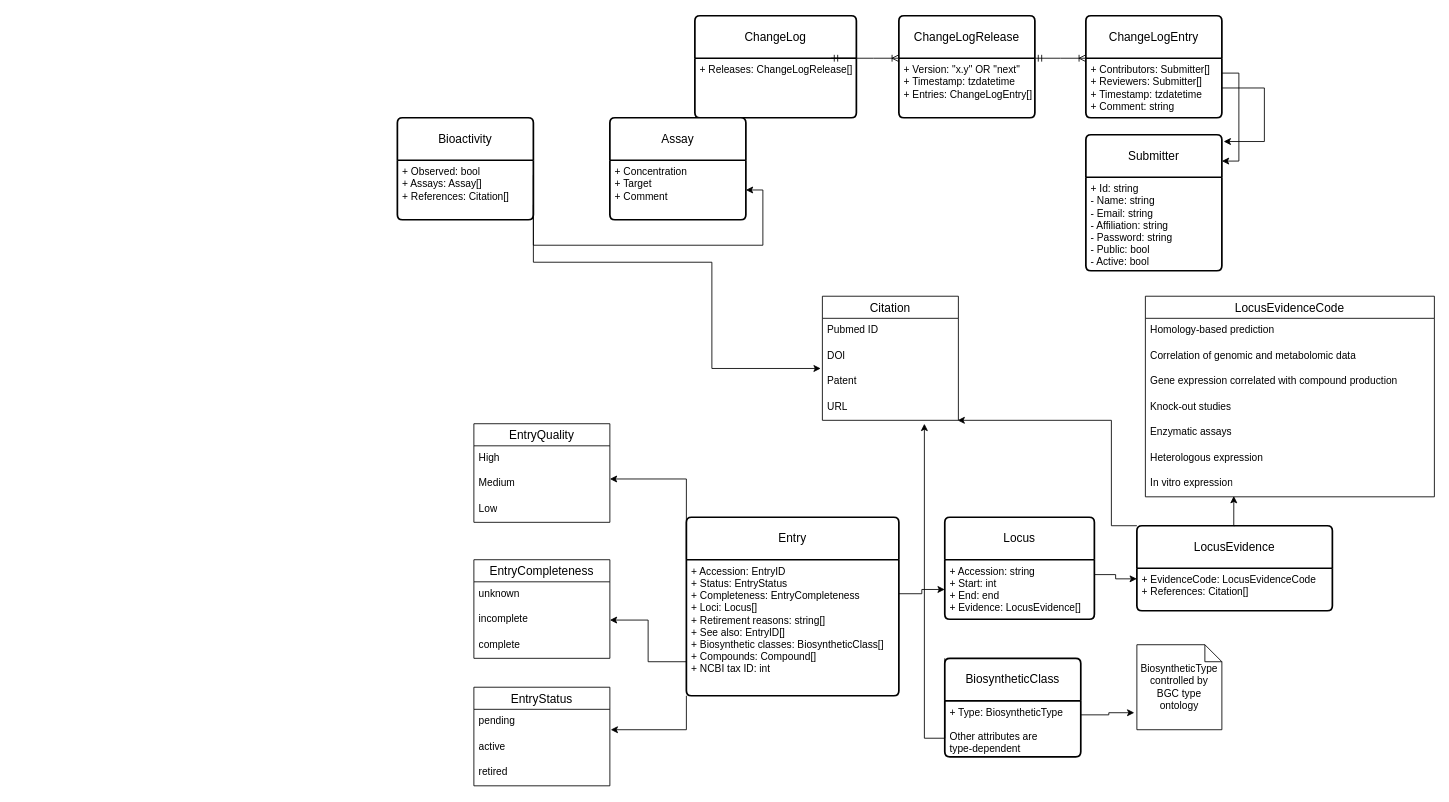
This is mibig.drawio from mibig-secmet/schema, a draw.io file, before an edit. Source tidied: cells renumbered, new cells numbered last; positions are measured from the earlier drawing's top-left corner, leaving out a move shared by most shapes. Both pictures are drawn from the tidied source at 85%, with x=0, y=0 at pixel (397, 15).
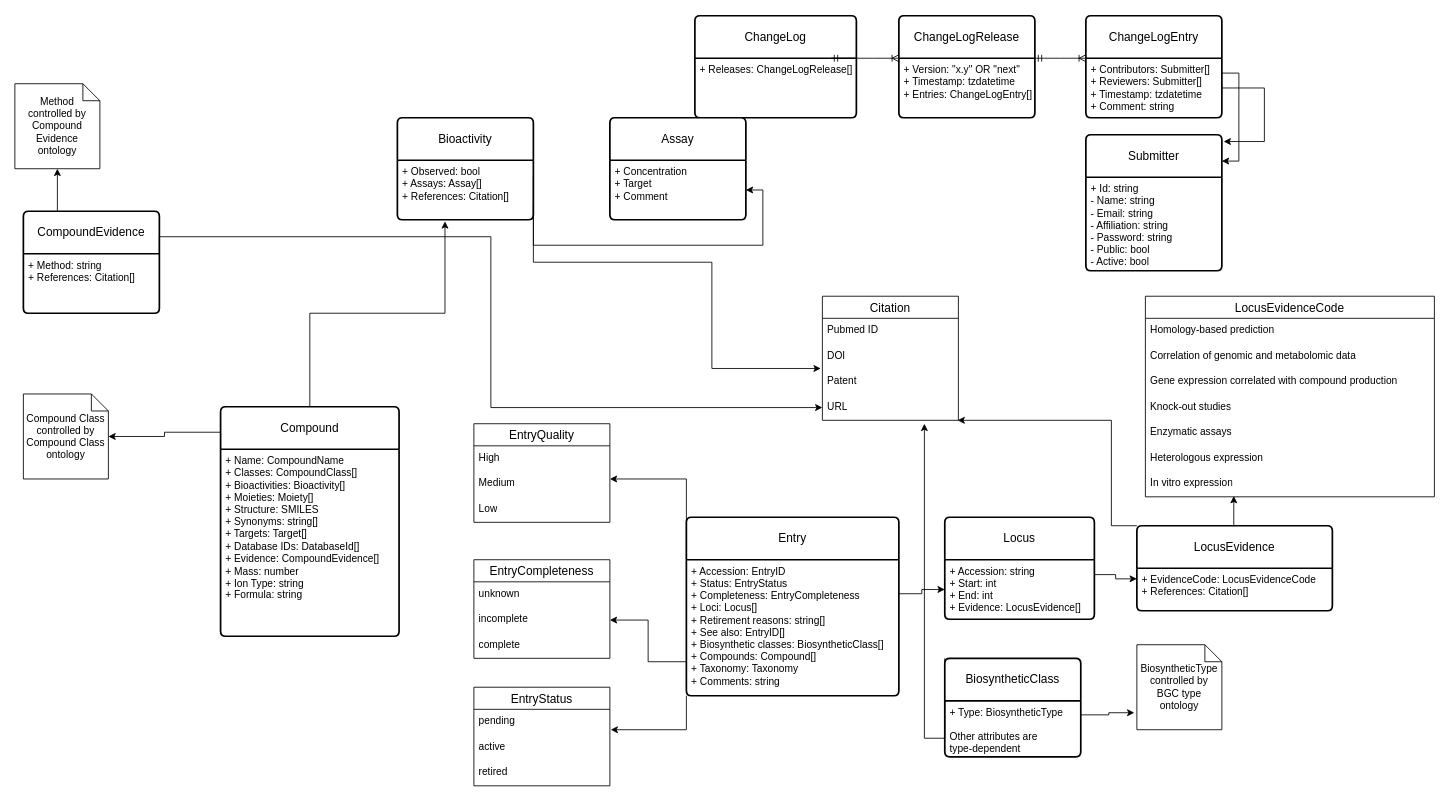
The same diagram, later.

Commit message:
drawing: Update schema drawing

The change refers to these unchanged cells:
```xml
<mxCell id="11" value="&lt;div&gt;+ Observed: bool&lt;/div&gt;&lt;div&gt;+ Assays: Assay[]&lt;/div&gt;&lt;div&gt;+ References: Citation[]&lt;br&gt;&lt;/div&gt;" style="align=left;strokeColor=none;fillColor=none;spacingLeft=4;fontSize=12;verticalAlign=top;html=1;" parent="10" vertex="1">
  <mxGeometry y="50" width="160" height="70" as="geometry" />
</mxCell>
<mxCell id="19" value="Locus" style="swimlane;horizontal=1;startSize=50;rounded=1;fontSize=14;fontStyle=0;strokeWidth=2;shadow=0;dashed=0;align=center;arcSize=4;whiteSpace=wrap;html=1;" parent="1" vertex="1">
  <mxGeometry x="644" y="590" width="176" height="120" as="geometry" />
</mxCell>
<mxCell id="21" value="Entry" style="swimlane;horizontal=1;startSize=50;rounded=1;fontSize=14;fontStyle=0;strokeWidth=2;shadow=0;dashed=0;align=center;arcSize=4;whiteSpace=wrap;html=1;" parent="1" vertex="1">
  <mxGeometry x="340" y="590" width="250" height="210" as="geometry" />
</mxCell>
<mxCell id="43" value="URL" style="text;strokeColor=none;fillColor=none;spacingLeft=4;spacingRight=4;overflow=hidden;points=[[0,0.5],[1,0.5]];portConstraint=eastwest;fontSize=12;whiteSpace=wrap;html=1;" parent="39" vertex="1">
  <mxGeometry y="116" width="160" height="30" as="geometry" />
</mxCell>
```

What changed in the source:
```diff
@@
-    <mxCell id="20" value="+ Accession: string&lt;br&gt;+ Start: int&lt;br&gt;+ End: end&lt;br&gt;+ Evidence: LocusEvidence[]" style="align=left;strokeColor=none;fillColor=none;spacingLeft=4;fontSize=12;verticalAlign=top;html=1;" parent="19" vertex="1">
+    <mxCell id="20" value="+ Accession: string&lt;br&gt;+ Start: int&lt;br&gt;+ End: int&lt;br&gt;+ Evidence: LocusEvidence[]" style="align=left;strokeColor=none;fillColor=none;spacingLeft=4;fontSize=12;verticalAlign=top;html=1;" parent="19" vertex="1">
       <mxGeometry y="50" width="176" height="70" as="geometry" />
     </mxCell>
@@
-    <mxCell id="22" value="+ Accession: EntryID&lt;br&gt;+ Status: EntryStatus&lt;br&gt;+ Completeness: EntryCompleteness&lt;br&gt;+ Loci: Locus[]&lt;br&gt;+ Retirement reasons: string[]&lt;br&gt;+ See also: EntryID[]&lt;br&gt;+ Biosynthetic classes: BiosyntheticClass[]&lt;br&gt;+ Compounds: Compound[]&lt;br&gt;+ NCBI tax ID: int" style="align=left;strokeColor=none;fillColor=none;spacingLeft=4;fontSize=12;verticalAlign=top;html=1;" parent="21" vertex="1">
+    <mxCell id="22" value="+ Accession: EntryID&lt;br&gt;+ Status: EntryStatus&lt;br&gt;+ Completeness: EntryCompleteness&lt;br&gt;+ Loci: Locus[]&lt;br&gt;+ Retirement reasons: string[]&lt;br&gt;+ See also: EntryID[]&lt;br&gt;+ Biosynthetic classes: BiosyntheticClass[]&lt;br&gt;+ Compounds: Compound[]&lt;br&gt;+ Taxonomy: Taxonomy&lt;br&gt;+ Comments: string" style="align=left;strokeColor=none;fillColor=none;spacingLeft=4;fontSize=12;verticalAlign=top;html=1;" parent="21" vertex="1">
       <mxGeometry y="50" width="250" height="160" as="geometry" />
     </mxCell>
@@
+    <mxCell id="63" value="Compound" style="swimlane;horizontal=1;startSize=50;rounded=1;fontSize=14;fontStyle=0;strokeWidth=2;shadow=0;dashed=0;align=center;arcSize=4;whiteSpace=wrap;html=1;" parent="1" vertex="1">
+      <mxGeometry x="-208" y="460" width="210" height="270" as="geometry" />
+    </mxCell>
+    <mxCell id="64" value="+ Name: CompoundName&lt;br&gt;+ Classes: CompoundClass[]&lt;br&gt;+ Bioactivities: Bioactivity[]&lt;br&gt;+ Moieties: Moiety[]&lt;br&gt;+ Structure: SMILES&lt;br&gt;+ Synonyms: string[]&lt;br&gt;+ Targets: Target[]&lt;br&gt;+ Database IDs: DatabaseId[]&lt;br&gt;+ Evidence: CompoundEvidence[]&lt;br&gt;+ Mass: number&lt;br&gt;+ Ion Type: string&lt;br&gt;+ Formula: string" style="align=left;strokeColor=none;fillColor=none;spacingLeft=4;fontSize=12;verticalAlign=top;html=1;" parent="63" vertex="1">
+      <mxGeometry y="50" width="210" height="220" as="geometry" />
+    </mxCell>
+    <mxCell id="65" style="edgeStyle=orthogonalEdgeStyle;rounded=0;jettySize=auto;html=1;entryX=0.35;entryY=1.027;entryDx=0;entryDy=0;entryPerimeter=0;" parent="1" edge="1" source="63" target="11">
+      <mxGeometry relative="1" as="geometry" />
+    </mxCell>
+    <mxCell id="66" value="Compound Class&lt;br&gt;controlled by&lt;br&gt;Compound Class ontology" style="shape=note;size=20;whiteSpace=wrap;html=1;" parent="1" vertex="1">
+      <mxGeometry x="-440" y="445" width="100" height="100" as="geometry" />
+    </mxCell>
+    <mxCell id="67" value="CompoundEvidence" style="swimlane;horizontal=1;startSize=50;rounded=1;fontSize=14;fontStyle=0;strokeWidth=2;shadow=0;dashed=0;align=center;arcSize=4;whiteSpace=wrap;html=1;" parent="1" vertex="1">
+      <mxGeometry x="-440" y="230" width="160" height="120" as="geometry" />
+    </mxCell>
+    <mxCell id="68" value="+ Method: string&lt;br&gt;+ References: Citation[]" style="align=left;strokeColor=none;fillColor=none;spacingLeft=4;fontSize=12;verticalAlign=top;html=1;" parent="67" vertex="1">
+      <mxGeometry y="50" width="160" height="70" as="geometry" />
+    </mxCell>
+    <mxCell id="69" style="edgeStyle=orthogonalEdgeStyle;rounded=0;jettySize=auto;html=1;exitX=0;exitY=0;exitDx=0;exitDy=0;" parent="1" edge="1" source="64" target="66">
+      <mxGeometry relative="1" as="geometry" />
+    </mxCell>
+    <mxCell id="70" value="Method&lt;br&gt;controlled by&lt;br&gt;Compound Evidence ontology" style="shape=note;size=20;whiteSpace=wrap;html=1;" parent="1" vertex="1">
+      <mxGeometry x="-450" y="80" width="100" height="100" as="geometry" />
+    </mxCell>
+    <mxCell id="71" style="edgeStyle=orthogonalEdgeStyle;rounded=0;jettySize=auto;html=1;exitX=0.25;exitY=0;exitDx=0;exitDy=0;entryX=0.5;entryY=1;entryDx=0;entryDy=0;entryPerimeter=0;" parent="1" edge="1" source="67" target="70">
+      <mxGeometry relative="1" as="geometry" />
+    </mxCell>
+    <mxCell id="72" style="edgeStyle=orthogonalEdgeStyle;rounded=0;jettySize=auto;html=1;exitX=1;exitY=0;exitDx=0;exitDy=0;entryX=0;entryY=0.5;entryDx=0;entryDy=0;" parent="1" edge="1" source="68" target="43">
+      <mxGeometry relative="1" as="geometry" />
+    </mxCell>
```
